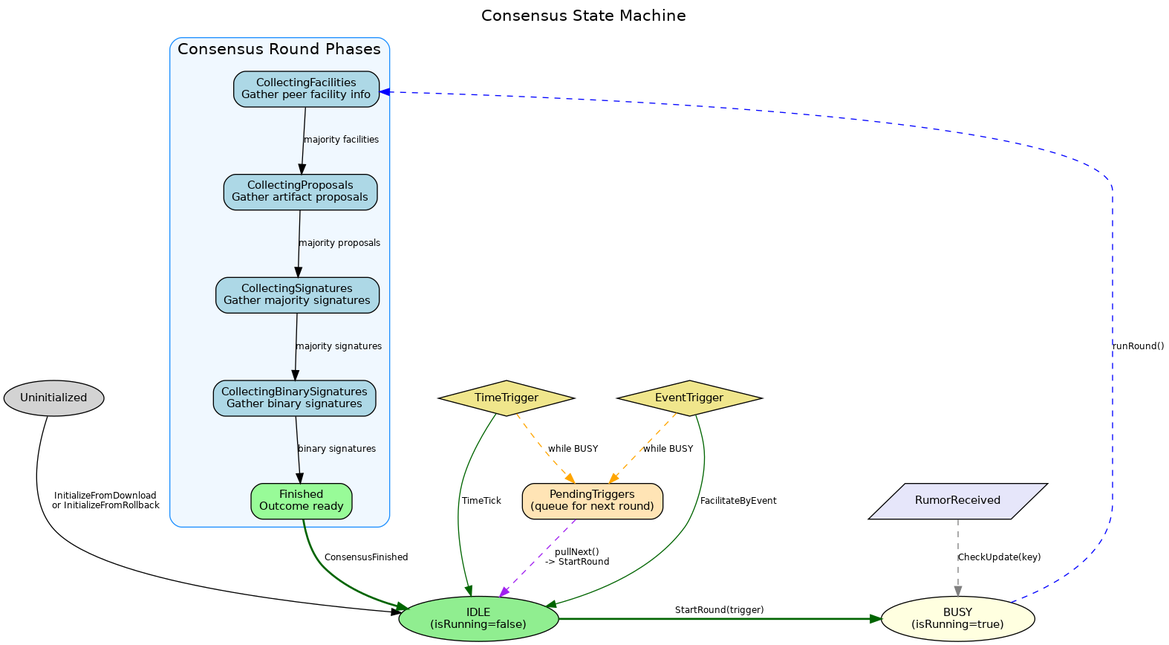
Before: docs/consensus/diagrams/consensus-fsm.png, a diagram exported from Graphviz (Constellation-Labs/tessellation). Its source is kept beside it as docs/consensus/diagrams/consensus-fsm.dot.
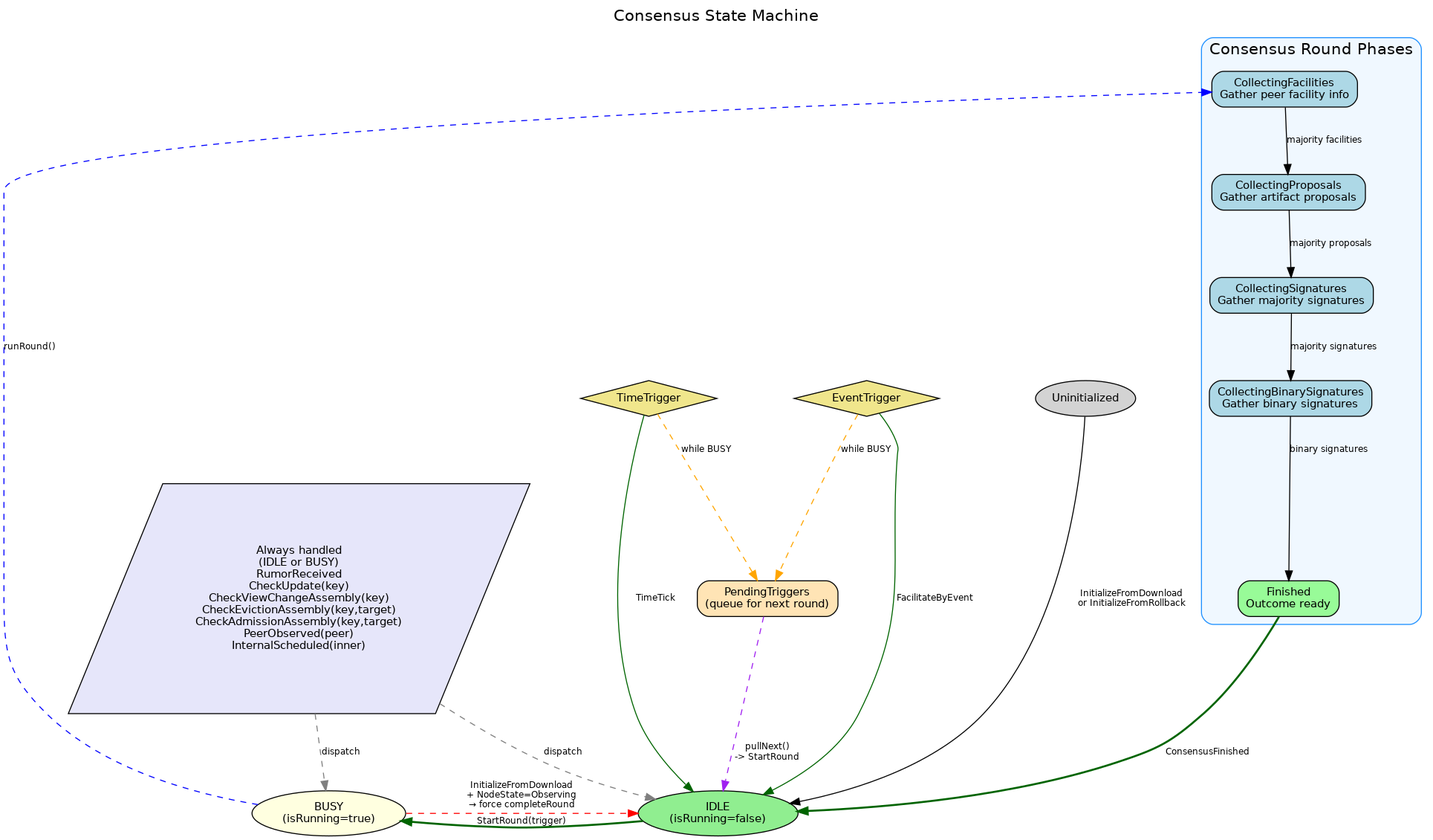
The same diagram one commit later.

Diff of the diagram source:
```diff
@@ -78,10 +78,13 @@
 
     PendingTriggers -> IDLE [label="pullNext()\n-> StartRound", style=dashed, color=purple];
 
-    RumorReceived [shape=parallelogram, style=filled, fillcolor=lavender,
-                   label="RumorReceived"];
+    AlwaysHandled [shape=parallelogram, style=filled, fillcolor=lavender,
+                   label="Always handled\n(IDLE or BUSY)\nRumorReceived\nCheckUpdate(key)\nCheckViewChangeAssembly(key)\nCheckEvictionAssembly(key,target)\nCheckAdmissionAssembly(key,target)\nPeerObserved(peer)\nInternalScheduled(inner)"];
 
-    RumorReceived -> BUSY [label="CheckUpdate(key)", style=dashed, color=gray50];
+    AlwaysHandled -> BUSY [label="dispatch", style=dashed, color=gray50];
+    AlwaysHandled -> IDLE [label="dispatch", style=dashed, color=gray50];
+
+    BUSY -> IDLE [label="InitializeFromDownload\n+ NodeState=Observing\n→ force completeRound", style=dashed, color=red];
 
     { rank=same; TimeTrigger; EventTrigger; UNINITIALIZED; }
     { rank=same; IDLE; BUSY; }
```
